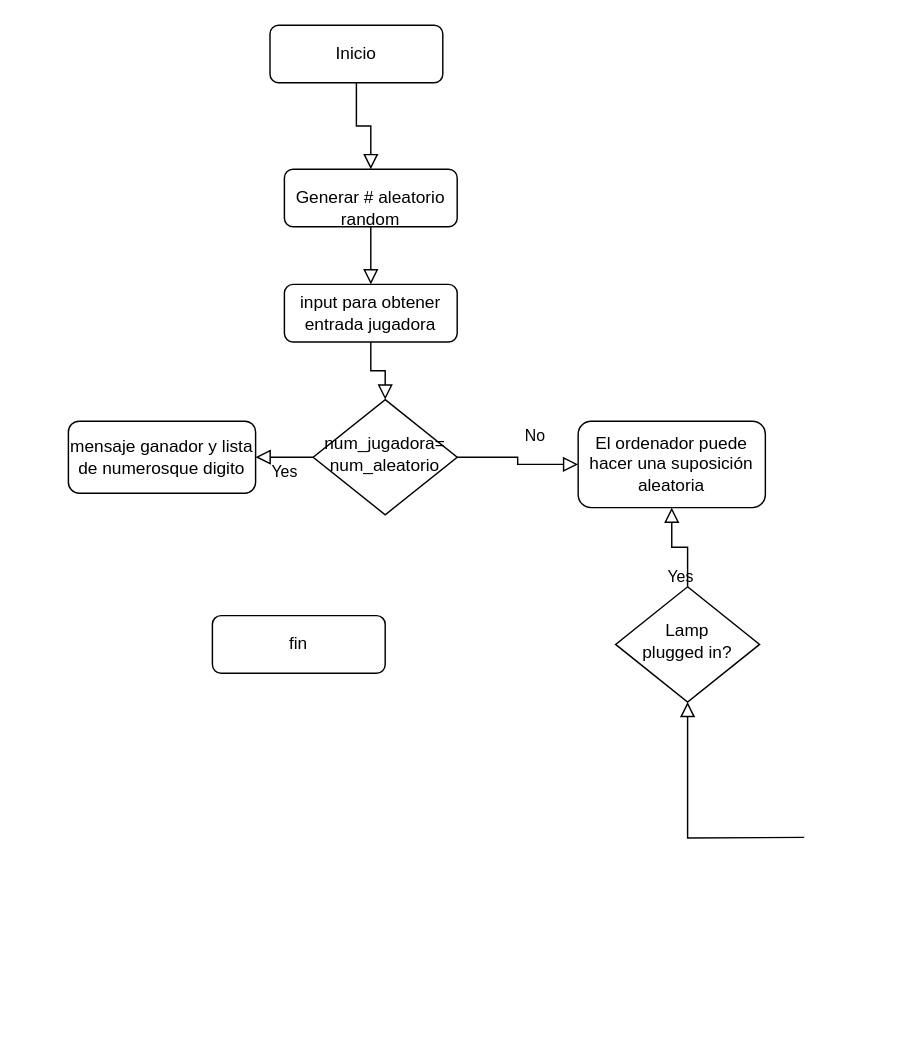
The draw.io diagram UPSK-PY-001.drawio in jazminmontenegro/UPSK-PY-001-guess-the-number, before the edit. Source tidied: cells renumbered, new cells numbered last; positions are measured from the earlier drawing's top-left corner, leaving out a move shared by most shapes. Both pictures are drawn from the tidied source at 144%, with x=0, y=0 at pixel (68, 24).
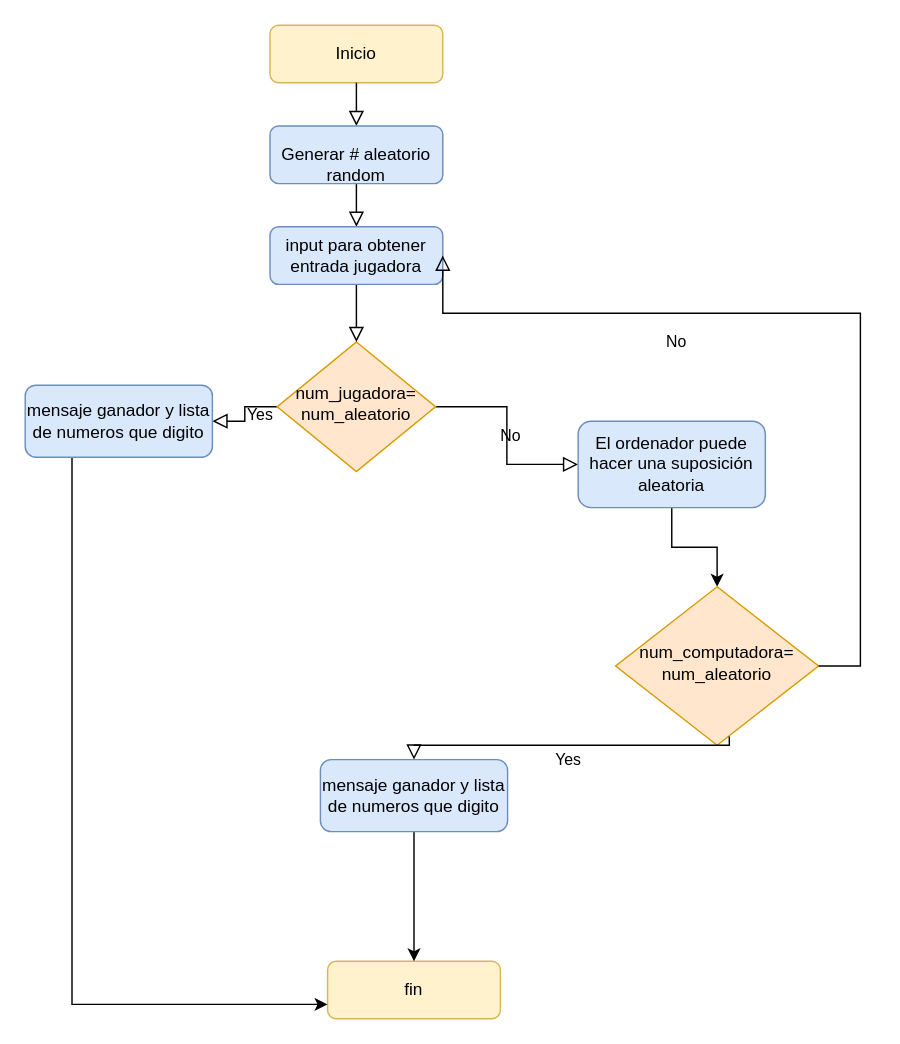
The same page after the edit.

Change to the diagram source:
```diff
@@
-    <mxCell id="3" value="Inicio" style="rounded=1;whiteSpace=wrap;html=1;fontSize=12;glass=0;strokeWidth=1;shadow=0;" parent="1" vertex="1">
+    <mxCell id="3" value="Inicio" style="rounded=1;whiteSpace=wrap;html=1;fontSize=12;glass=0;strokeWidth=1;shadow=0;fillColor=#fff2cc;strokeColor=#d6b656;" parent="1" vertex="1">
       <mxGeometry x="140" width="120" height="40" as="geometry" />
     </mxCell>
-    <mxCell id="4" value="Yes" style="rounded=0;html=1;jettySize=auto;fontSize=11;endArrow=block;endFill=0;endSize=8;strokeWidth=1;shadow=0;labelBackgroundColor=none;edgeStyle=orthogonalEdgeStyle;" parent="1" edge="1" source="16" target="14">
-      <mxGeometry y="20" relative="1" as="geometry" />
-    </mxCell>
@@
-    <mxCell id="7" value="num_jugadora= num_aleatorio" style="rhombus;whiteSpace=wrap;html=1;shadow=0;fontFamily=Helvetica;fontSize=12;align=center;strokeWidth=1;spacing=6;spacingTop=-4;" parent="1" vertex="1">
-      <mxGeometry x="170" y="260" width="100" height="80" as="geometry" />
+    <mxCell id="7" value="num_jugadora= num_aleatorio" style="rhombus;whiteSpace=wrap;html=1;shadow=0;fontFamily=Helvetica;fontSize=12;align=center;strokeWidth=1;spacing=6;spacingTop=-4;fillColor=#ffe6cc;strokeColor=#d79b00;" parent="1" vertex="1">
+      <mxGeometry x="145" y="220" width="110" height="90" as="geometry" />
     </mxCell>
-    <mxCell id="8" value="fin" style="rounded=1;whiteSpace=wrap;html=1;fontSize=12;glass=0;strokeWidth=1;shadow=0;" parent="1" vertex="1">
-      <mxGeometry x="100" y="410" width="120" height="40" as="geometry" />
+    <mxCell id="8" value="fin" style="rounded=1;whiteSpace=wrap;html=1;fontSize=12;glass=0;strokeWidth=1;shadow=0;fillColor=#fff2cc;strokeColor=#d6b656;" parent="1" vertex="1">
+      <mxGeometry x="180" y="650" width="120" height="40" as="geometry" />
     </mxCell>
+    <mxCell id="17" style="edgeStyle=orthogonalEdgeStyle;rounded=0;jettySize=auto;html=1;entryX=0;entryY=0.75;entryDx=0;entryDy=0;exitX=0.25;exitY=1;exitDx=0;exitDy=0;" parent="1" edge="1" source="9" target="8">
+      <mxGeometry relative="1" as="geometry" />
+    </mxCell>
-    <mxCell id="9" value="mensaje ganador y lista de numerosque digito" style="rounded=1;whiteSpace=wrap;html=1;fontSize=12;glass=0;strokeWidth=1;shadow=0;" parent="1" vertex="1">
-      <mxGeometry y="275" width="130" height="50" as="geometry" />
+    <mxCell id="9" value="mensaje ganador y lista de numeros que digito" style="rounded=1;whiteSpace=wrap;html=1;fontSize=12;glass=0;strokeWidth=1;shadow=0;fillColor=#dae8fc;strokeColor=#6c8ebf;" parent="1" vertex="1">
+      <mxGeometry x="-30" y="250" width="130" height="50" as="geometry" />
     </mxCell>
@@
-    <mxCell id="11" value="&lt;br&gt;Generar # aleatorio random" style="rounded=1;whiteSpace=wrap;html=1;fontSize=12;glass=0;strokeWidth=1;shadow=0;" parent="1" vertex="1">
-      <mxGeometry x="150" y="100" width="120" height="40" as="geometry" />
+    <mxCell id="11" value="&lt;br&gt;Generar # aleatorio random" style="rounded=1;whiteSpace=wrap;html=1;fontSize=12;glass=0;strokeWidth=1;shadow=0;fillColor=#dae8fc;strokeColor=#6c8ebf;" parent="1" vertex="1">
+      <mxGeometry x="140" y="70" width="120" height="40" as="geometry" />
     </mxCell>
@@
-    <mxCell id="13" value="input para obtener entrada jugadora" style="rounded=1;whiteSpace=wrap;html=1;fontSize=12;glass=0;strokeWidth=1;shadow=0;" parent="1" vertex="1">
-      <mxGeometry x="150" y="180" width="120" height="40" as="geometry" />
+    <mxCell id="13" value="input para obtener entrada jugadora" style="rounded=1;whiteSpace=wrap;html=1;fontSize=12;glass=0;strokeWidth=1;shadow=0;fillColor=#dae8fc;strokeColor=#6c8ebf;" parent="1" vertex="1">
+      <mxGeometry x="140" y="140" width="120" height="40" as="geometry" />
     </mxCell>
+    <mxCell id="18" style="edgeStyle=orthogonalEdgeStyle;rounded=0;jettySize=auto;html=1;" parent="1" edge="1" source="14" target="21">
+      <mxGeometry relative="1" as="geometry" />
+    </mxCell>
-    <mxCell id="14" value="El ordenador puede hacer una suposición aleatoria" style="rounded=1;whiteSpace=wrap;html=1;fontSize=12;glass=0;strokeWidth=1;shadow=0;" parent="1" vertex="1">
+    <mxCell id="14" value="El ordenador puede hacer una suposición aleatoria" style="rounded=1;whiteSpace=wrap;html=1;fontSize=12;glass=0;strokeWidth=1;shadow=0;fillColor=#dae8fc;strokeColor=#6c8ebf;" parent="1" vertex="1">
       <mxGeometry x="354" y="275" width="130" height="60" as="geometry" />
     </mxCell>
-    <mxCell id="15" style="rounded=0;html=1;jettySize=auto;fontSize=11;endArrow=block;endFill=0;endSize=8;strokeWidth=1;shadow=0;labelBackgroundColor=none;edgeStyle=orthogonalEdgeStyle;" parent="1" edge="1" target="16">
-      <mxGeometry y="20" relative="1" as="geometry">
-        <mxPoint x="511" y="564" as="sourcePoint" />
-      </mxGeometry>
-    </mxCell>
-    <mxCell id="16" value="Lamp&lt;br&gt;plugged in?" style="rhombus;whiteSpace=wrap;html=1;shadow=0;fontFamily=Helvetica;fontSize=12;align=center;strokeWidth=1;spacing=6;spacingTop=-4;" parent="1" vertex="1">
-      <mxGeometry x="380" y="390" width="100" height="80" as="geometry" />
-    </mxCell>
+    <mxCell id="19" style="edgeStyle=orthogonalEdgeStyle;rounded=0;jettySize=auto;html=1;" parent="1" edge="1" source="20" target="8">
+      <mxGeometry relative="1" as="geometry" />
+    </mxCell>
+    <mxCell id="20" value="mensaje ganador y lista de numeros que digito" style="rounded=1;whiteSpace=wrap;html=1;fontSize=12;glass=0;strokeWidth=1;shadow=0;fillColor=#dae8fc;strokeColor=#6c8ebf;" parent="1" vertex="1">
+      <mxGeometry x="175" y="510" width="130" height="50" as="geometry" />
+    </mxCell>
+    <mxCell id="21" value="num_computadora= num_aleatorio" style="rhombus;whiteSpace=wrap;html=1;shadow=0;fontFamily=Helvetica;fontSize=12;align=center;strokeWidth=1;spacing=6;spacingTop=-4;fillColor=#ffe6cc;strokeColor=#d79b00;" parent="1" vertex="1">
+      <mxGeometry x="380" y="390" width="141" height="110" as="geometry" />
+    </mxCell>
+    <mxCell id="4" value="Yes" style="edgeStyle=orthogonalEdgeStyle;rounded=0;html=1;jettySize=auto;fontSize=11;endArrow=block;endFill=0;endSize=8;strokeWidth=1;shadow=0;labelBackgroundColor=none;exitX=0.56;exitY=0.945;exitDx=0;exitDy=0;exitPerimeter=0;" parent="1" edge="1" source="21" target="20">
+      <mxGeometry y="10" relative="1" as="geometry">
+        <Array as="points">
+          <mxPoint x="448" y="500" />
+          <mxPoint x="391" y="500" />
+        </Array>
+      </mxGeometry>
+    </mxCell>
+    <mxCell id="22" value="No" style="rounded=0;html=1;jettySize=auto;fontSize=11;endArrow=block;endFill=0;endSize=8;strokeWidth=1;shadow=0;labelBackgroundColor=none;edgeStyle=orthogonalEdgeStyle;entryX=1;entryY=0.5;entryDx=0;entryDy=0;" parent="1" edge="1" source="21" target="13">
+      <mxGeometry x="0.33" y="20" relative="1" as="geometry">
+        <Array as="points">
+          <mxPoint x="550" y="445" />
+          <mxPoint x="550" y="200" />
+        </Array>
+      </mxGeometry>
+    </mxCell>
```
